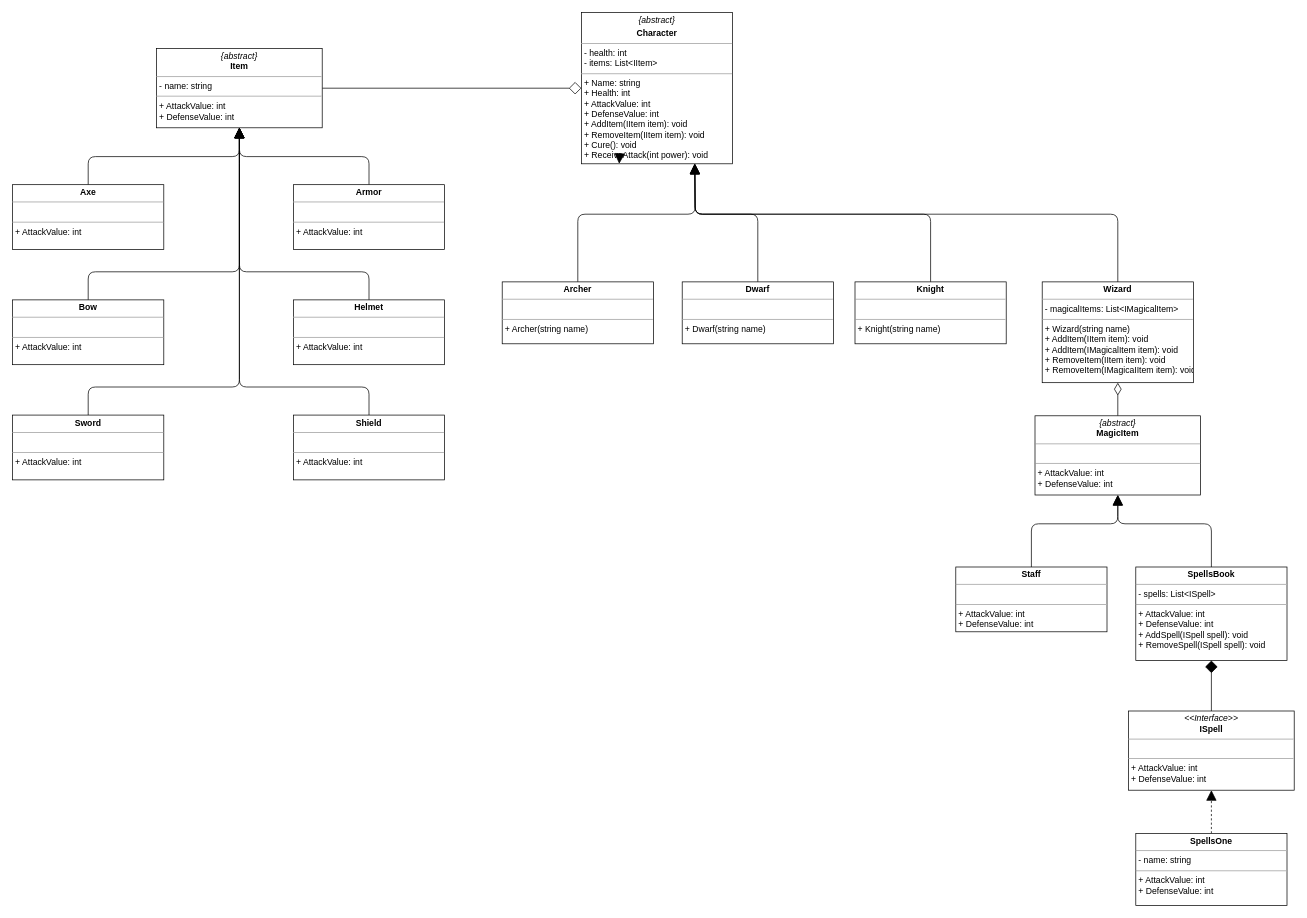
Earlier version of the draw.io diagram docs/Diagram_2022-05-15.drawio (cardo88/UCU_P2_RoleplayGame_3_Start). Source tidied: cells renumbered, new cells numbered last; positions are measured from the earlier drawing's top-left corner, leaving out a move shared by most shapes. Both pictures are drawn from the tidied source at 72%, with x=0, y=0 at pixel (12, 12).
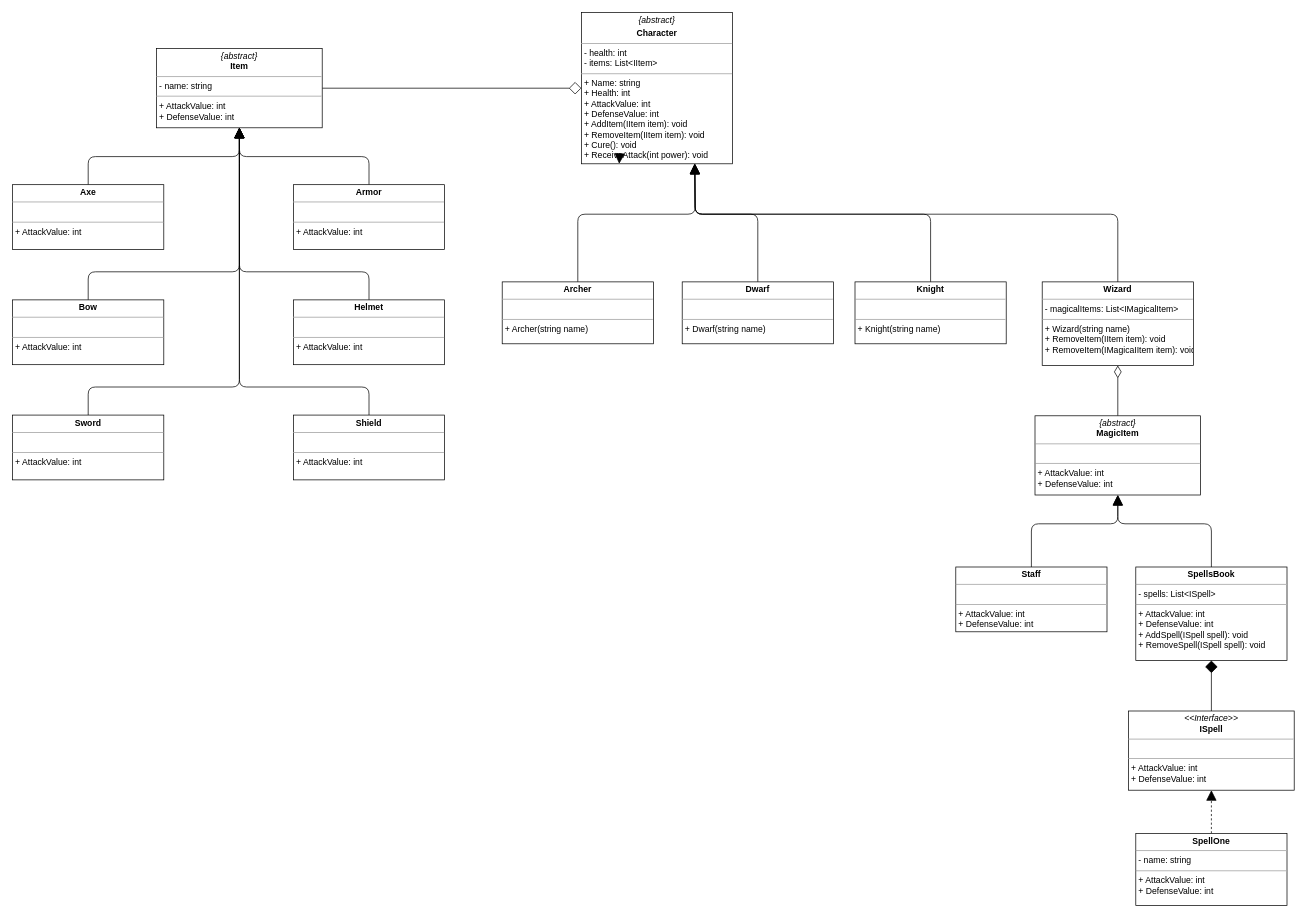
The same page after the edit.

Commit message (it also covers changes not shown here):
Diagram_2022-05-15 ready 02

Change to the diagram source:
```diff
@@
-    <mxCell id="9" value="&lt;p style=&quot;margin: 0px ; margin-top: 4px ; text-align: center&quot;&gt;&lt;b&gt;Wizard&lt;/b&gt;&lt;/p&gt;&lt;hr size=&quot;1&quot;&gt;&lt;p style=&quot;margin: 0px ; margin-left: 4px&quot;&gt;&lt;span&gt;- magicalItems: List&amp;lt;IMagicalItem&amp;gt;&lt;/span&gt;&lt;br&gt;&lt;/p&gt;&lt;hr size=&quot;1&quot;&gt;&lt;p style=&quot;margin: 0px 0px 0px 4px&quot;&gt;+ Wizard(string name)&lt;/p&gt;&lt;p style=&quot;margin: 0px 0px 0px 4px&quot;&gt;+ AddItem(IItem item): void&lt;/p&gt;&lt;p style=&quot;margin: 0px 0px 0px 4px&quot;&gt;+ AddItem(IMagicalItem item): void&lt;/p&gt;&lt;p style=&quot;margin: 0px 0px 0px 4px&quot;&gt;+ RemoveItem(IItem item): void&lt;/p&gt;&lt;p style=&quot;margin: 0px 0px 0px 4px&quot;&gt;+ RemoveItem(IMagicaIItem item): void&lt;/p&gt;&lt;p style=&quot;margin: 0px 0px 0px 4px&quot;&gt;&lt;br&gt;&lt;/p&gt;&lt;div&gt;&lt;br&gt;&lt;/div&gt;" style="verticalAlign=top;align=left;overflow=fill;fontSize=12;fontFamily=Helvetica;html=1;" parent="1" vertex="1">
-      <mxGeometry x="1430" y="374" width="210" height="140" as="geometry" />
+    <mxCell id="9" value="&lt;p style=&quot;margin: 0px ; margin-top: 4px ; text-align: center&quot;&gt;&lt;b&gt;Wizard&lt;/b&gt;&lt;/p&gt;&lt;hr size=&quot;1&quot;&gt;&lt;p style=&quot;margin: 0px ; margin-left: 4px&quot;&gt;&lt;span&gt;- magicalItems: List&amp;lt;IMagicalItem&amp;gt;&lt;/span&gt;&lt;br&gt;&lt;/p&gt;&lt;hr size=&quot;1&quot;&gt;&lt;p style=&quot;margin: 0px 0px 0px 4px&quot;&gt;+ Wizard(string name)&lt;/p&gt;&lt;p style=&quot;margin: 0px 0px 0px 4px&quot;&gt;+ RemoveItem(IItem item): void&lt;/p&gt;&lt;p style=&quot;margin: 0px 0px 0px 4px&quot;&gt;+ RemoveItem(IMagicaIItem item): void&lt;/p&gt;&lt;p style=&quot;margin: 0px 0px 0px 4px&quot;&gt;&lt;br&gt;&lt;/p&gt;&lt;div&gt;&lt;br&gt;&lt;/div&gt;" style="verticalAlign=top;align=left;overflow=fill;fontSize=12;fontFamily=Helvetica;html=1;" parent="1" vertex="1">
+      <mxGeometry x="1430" y="374" width="210" height="116" as="geometry" />
     </mxCell>
@@
-    <mxCell id="35" value="&lt;p style=&quot;margin: 0px ; margin-top: 4px ; text-align: center&quot;&gt;&lt;b&gt;SpellsOne&lt;/b&gt;&lt;/p&gt;&lt;hr size=&quot;1&quot;&gt;&lt;p style=&quot;margin: 0px ; margin-left: 4px&quot;&gt;- name: string&lt;/p&gt;&lt;hr size=&quot;1&quot;&gt;&lt;p style=&quot;margin: 0px 0px 0px 4px&quot;&gt;+ AttackValue: int&lt;/p&gt;&lt;p style=&quot;margin: 0px 0px 0px 4px&quot;&gt;+ DefenseValue: int&lt;/p&gt;&lt;div&gt;&lt;br&gt;&lt;/div&gt;" style="verticalAlign=top;align=left;overflow=fill;fontSize=12;fontFamily=Helvetica;html=1;" parent="1" vertex="1">
+    <mxCell id="35" value="&lt;p style=&quot;margin: 0px ; margin-top: 4px ; text-align: center&quot;&gt;&lt;b&gt;SpellOne&lt;/b&gt;&lt;/p&gt;&lt;hr size=&quot;1&quot;&gt;&lt;p style=&quot;margin: 0px ; margin-left: 4px&quot;&gt;- name: string&lt;/p&gt;&lt;hr size=&quot;1&quot;&gt;&lt;p style=&quot;margin: 0px 0px 0px 4px&quot;&gt;+ AttackValue: int&lt;/p&gt;&lt;p style=&quot;margin: 0px 0px 0px 4px&quot;&gt;+ DefenseValue: int&lt;/p&gt;&lt;div&gt;&lt;br&gt;&lt;/div&gt;" style="verticalAlign=top;align=left;overflow=fill;fontSize=12;fontFamily=Helvetica;html=1;" parent="1" vertex="1">
       <mxGeometry x="1560" y="1140" width="210" height="100" as="geometry" />
     </mxCell>
```
